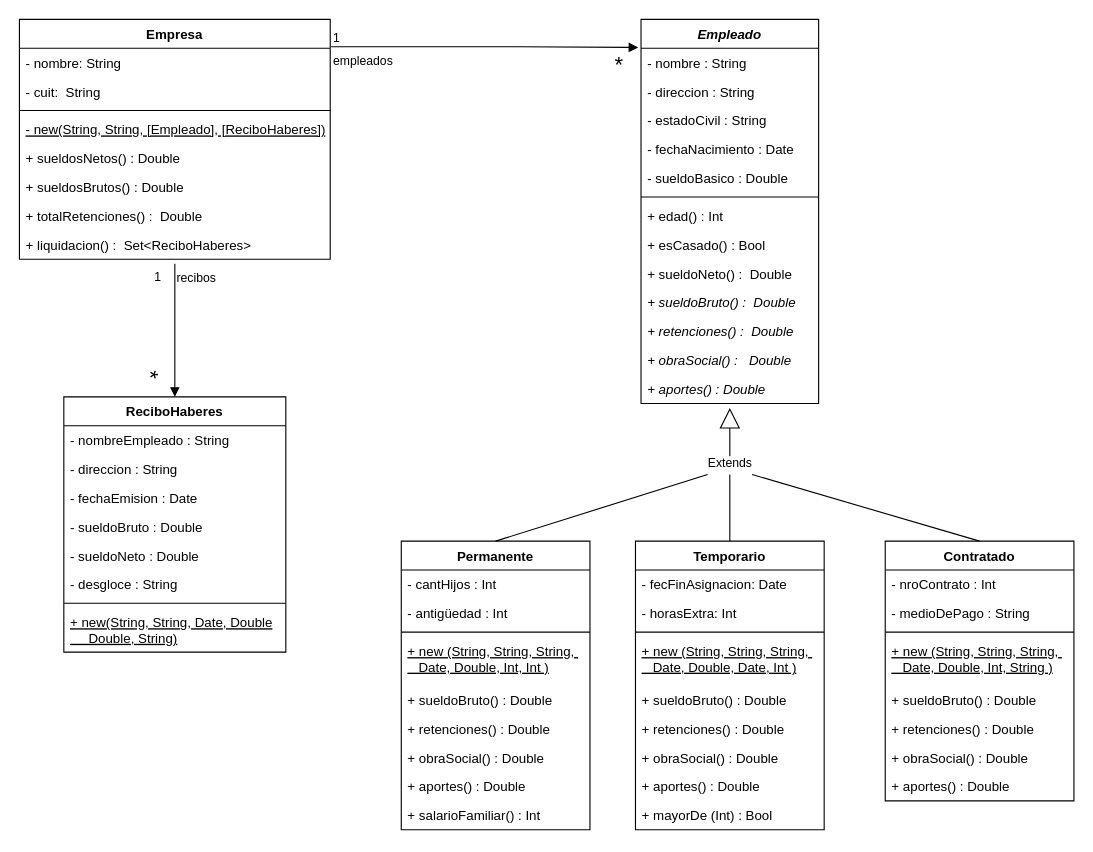
Earlier version of the draw.io diagram empresa-uml.drawio (Juan-Insa/poo2). Source tidied: cells renumbered, new cells numbered last; positions are measured from the earlier drawing's top-left corner, leaving out a move shared by most shapes. Both pictures are drawn from the tidied source at 111%, with x=0, y=0 at pixel (19, 19).
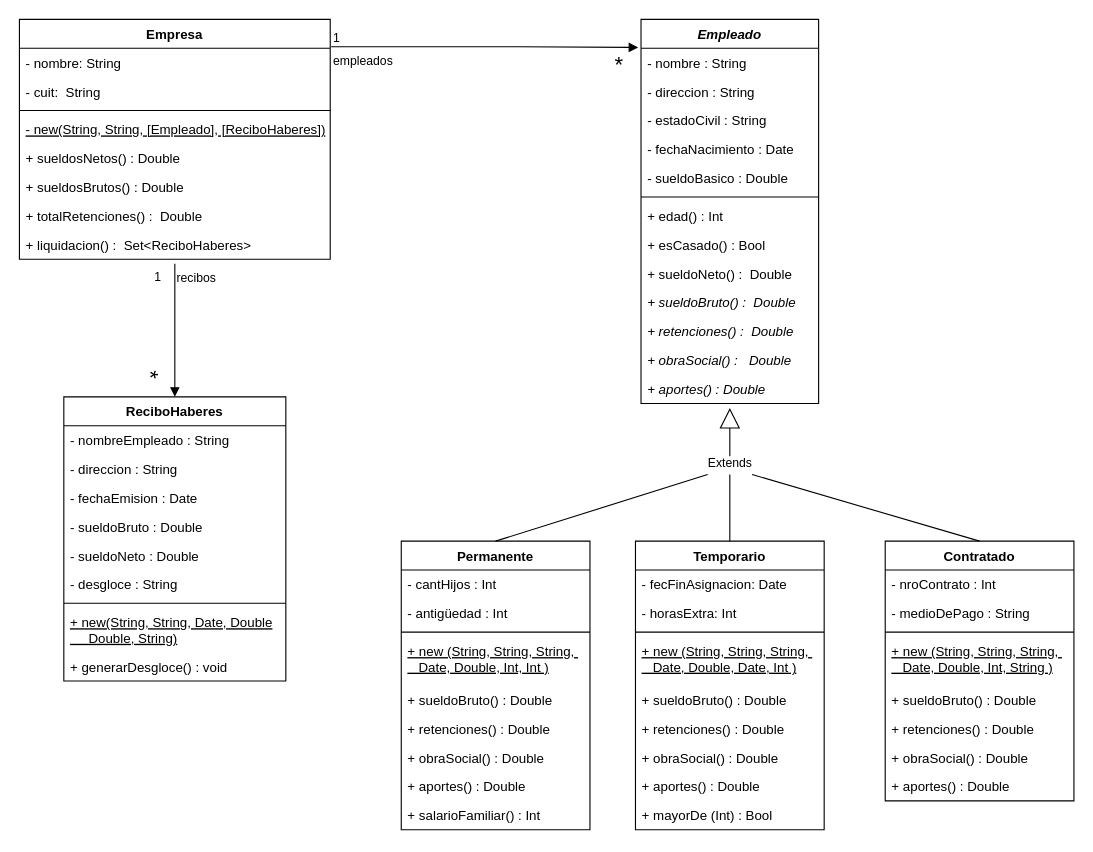
Above is the later version.

Diff of the diagram source:
```diff
@@
     <mxCell id="50" value="ReciboHaberes" style="swimlane;fontStyle=1;align=center;verticalAlign=top;horizontal=1;startSize=26;" parent="1" vertex="1">
-      <mxGeometry x="40" y="340" width="200" height="230" as="geometry" />
+      <mxGeometry x="40" y="340" width="200" height="256" as="geometry" />
     </mxCell>
@@
+    <mxCell id="73" value="+ generarDesgloce() : void" style="text;strokeColor=none;fillColor=none;align=left;verticalAlign=top;spacingLeft=4;spacingRight=4;overflow=hidden;" parent="50" vertex="1">
+      <mxGeometry y="230" width="200" height="26" as="geometry" />
+    </mxCell>
```
